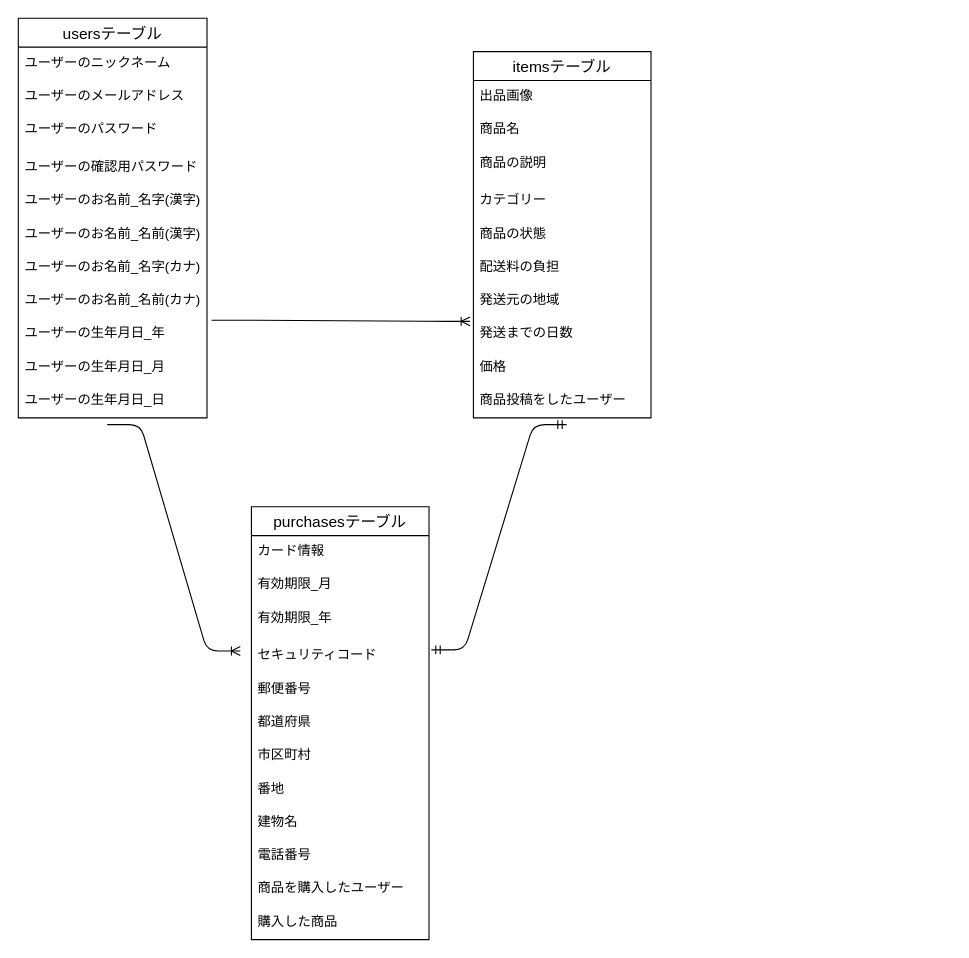
This is ER.dio from Shinji1987/furima-33544, a draw.io file, before an edit. Source tidied: cells renumbered, new cells numbered last; positions are measured from the earlier drawing's top-left corner, leaving out a move shared by most shapes. Both pictures are drawn from the tidied source at 111%, with x=0, y=0 at pixel (18, 18).
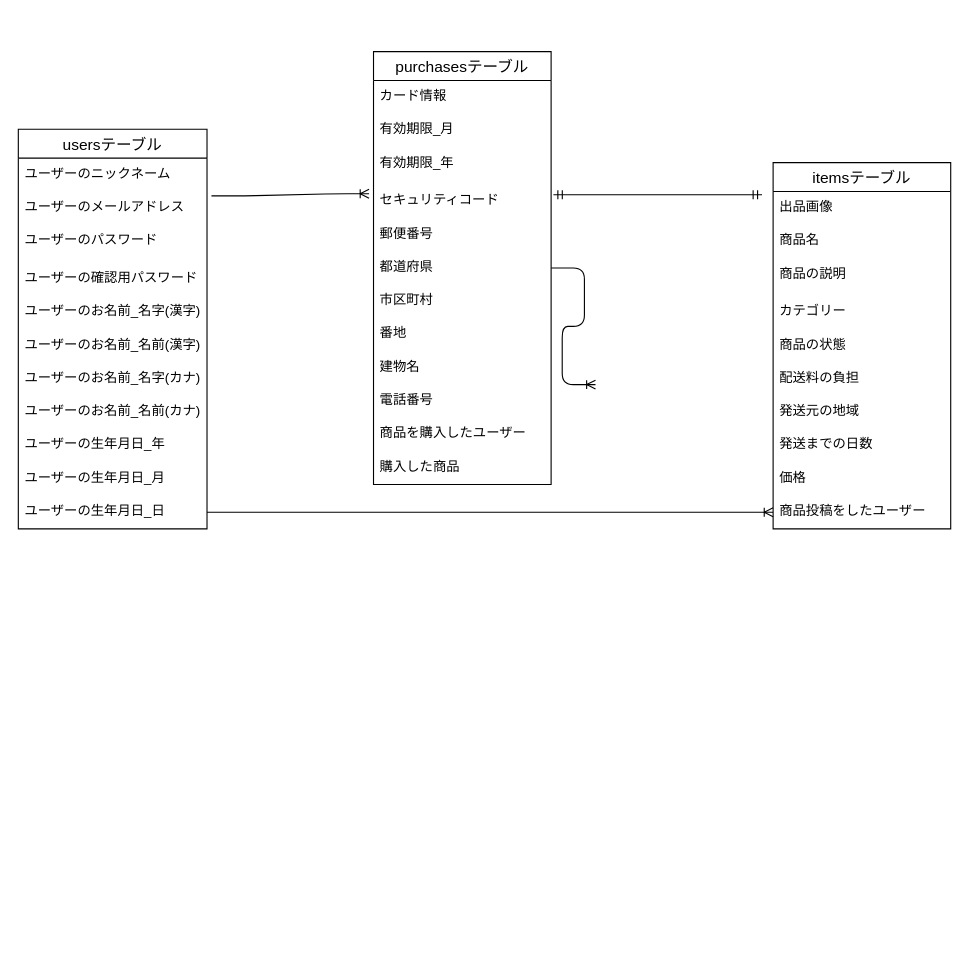
The same page after the edit.

Commit message:
ER図、READMEの更新2

The change refers to these unchanged cells:
```xml
<mxCell id="11" value="ユーザーの生年月日_年" style="text;strokeColor=none;fillColor=none;spacingLeft=4;spacingRight=4;overflow=hidden;points=[[0,0.5],[1,0.5]];portConstraint=eastwest;fontSize=12;" parent="2" vertex="1">
  <mxGeometry y="270" width="170" height="30" as="geometry" />
</mxCell>
<mxCell id="13" value="ユーザーの生年月日_日" style="text;strokeColor=none;fillColor=none;spacingLeft=4;spacingRight=4;overflow=hidden;points=[[0,0.5],[1,0.5]];portConstraint=eastwest;fontSize=12;" parent="2" vertex="1">
  <mxGeometry y="330" width="170" height="30" as="geometry" />
</mxCell>
<mxCell id="21" value="発送元の地域" style="text;strokeColor=none;fillColor=none;spacingLeft=4;spacingRight=4;overflow=hidden;points=[[0,0.5],[1,0.5]];portConstraint=eastwest;fontSize=12;" parent="14" vertex="1">
  <mxGeometry y="210" width="160" height="30" as="geometry" />
</mxCell>
<mxCell id="24" value="商品投稿をしたユーザー" style="text;strokeColor=none;fillColor=none;spacingLeft=4;spacingRight=4;overflow=hidden;points=[[0,0.5],[1,0.5]];portConstraint=eastwest;fontSize=12;" parent="14" vertex="1">
  <mxGeometry y="300" width="160" height="30" as="geometry" />
</mxCell>
<mxCell id="29" value="セキュリティコード" style="text;strokeColor=none;fillColor=none;spacingLeft=4;spacingRight=4;overflow=hidden;points=[[0,0.5],[1,0.5]];portConstraint=eastwest;fontSize=12;" parent="25" vertex="1">
  <mxGeometry y="120" width="160" height="30" as="geometry" />
</mxCell>
```

Diff of the diagram source:
```diff
@@
     <mxCell id="2" value="usersテーブル" style="swimlane;fontStyle=0;horizontal=1;startSize=26;align=center;fontSize=14;" parent="1" vertex="1">
-      <mxGeometry width="170" height="360" as="geometry" />
+      <mxGeometry y="100" width="170" height="360" as="geometry" />
     </mxCell>
@@
     <mxCell id="14" value="itemsテーブル" style="swimlane;fontStyle=0;horizontal=1;startSize=26;align=center;fontSize=14;" parent="1" vertex="1">
-      <mxGeometry x="410" y="30" width="160" height="330" as="geometry" />
+      <mxGeometry x="680" y="130" width="160" height="330" as="geometry" />
     </mxCell>
@@
+    <mxCell id="38" style="edgeStyle=entityRelationEdgeStyle;fontSize=12;html=1;endArrow=ERoneToMany;exitX=1;exitY=0.5;exitDx=0;exitDy=0;entryX=0;entryY=0.5;entryDx=0;entryDy=0;" parent="1" edge="1" source="13" target="24">
+      <mxGeometry relative="1" as="geometry" />
+    </mxCell>
+    <mxCell id="39" style="edgeStyle=entityRelationEdgeStyle;fontSize=12;html=1;endArrow=ERoneToMany;" parent="1" edge="1" source="25">
+      <mxGeometry relative="1" as="geometry">
+        <mxPoint x="520" y="330" as="targetPoint" />
+      </mxGeometry>
+    </mxCell>
+    <mxCell id="40" style="edgeStyle=entityRelationEdgeStyle;fontSize=12;html=1;endArrow=ERmandOne;startArrow=ERmandOne;exitX=1.013;exitY=0.3;exitDx=0;exitDy=0;exitPerimeter=0;" parent="1" edge="1" source="29">
+      <mxGeometry relative="1" as="geometry">
+        <mxPoint x="670" y="159" as="targetPoint" />
+      </mxGeometry>
+    </mxCell>
     <mxCell id="25" value="purchasesテーブル" style="swimlane;fontStyle=0;horizontal=1;startSize=26;align=center;fontSize=14;" parent="1" vertex="1">
-      <mxGeometry x="210" y="440" width="160" height="390" as="geometry" />
+      <mxGeometry x="320" y="30" width="160" height="390" as="geometry" />
     </mxCell>
@@
-    <mxCell id="38" style="edgeStyle=entityRelationEdgeStyle;fontSize=12;html=1;endArrow=ERoneToMany;exitX=0.471;exitY=1.2;exitDx=0;exitDy=0;exitPerimeter=0;" parent="1" edge="1" source="13">
-      <mxGeometry relative="1" as="geometry">
-        <mxPoint x="200" y="570" as="targetPoint" />
-      </mxGeometry>
-    </mxCell>
-    <mxCell id="39" style="edgeStyle=entityRelationEdgeStyle;fontSize=12;html=1;endArrow=ERoneToMany;entryX=-0.019;entryY=1.1;entryDx=0;entryDy=0;exitX=1.024;exitY=0.067;exitDx=0;exitDy=0;exitPerimeter=0;entryPerimeter=0;" parent="1" edge="1" source="11" target="21">
-      <mxGeometry relative="1" as="geometry" />
-    </mxCell>
-    <mxCell id="40" style="edgeStyle=entityRelationEdgeStyle;fontSize=12;html=1;endArrow=ERmandOne;startArrow=ERmandOne;entryX=0.525;entryY=1.2;entryDx=0;entryDy=0;entryPerimeter=0;exitX=1.013;exitY=0.3;exitDx=0;exitDy=0;exitPerimeter=0;" parent="1" edge="1" source="29" target="24">
-      <mxGeometry relative="1" as="geometry" />
-    </mxCell>
+    <mxCell id="41" style="edgeStyle=entityRelationEdgeStyle;fontSize=12;html=1;endArrow=ERoneToMany;" parent="1" edge="1">
+      <mxGeometry relative="1" as="geometry">
+        <mxPoint x="174" y="160" as="sourcePoint" />
+        <mxPoint x="316" y="158" as="targetPoint" />
+      </mxGeometry>
+    </mxCell>
```
